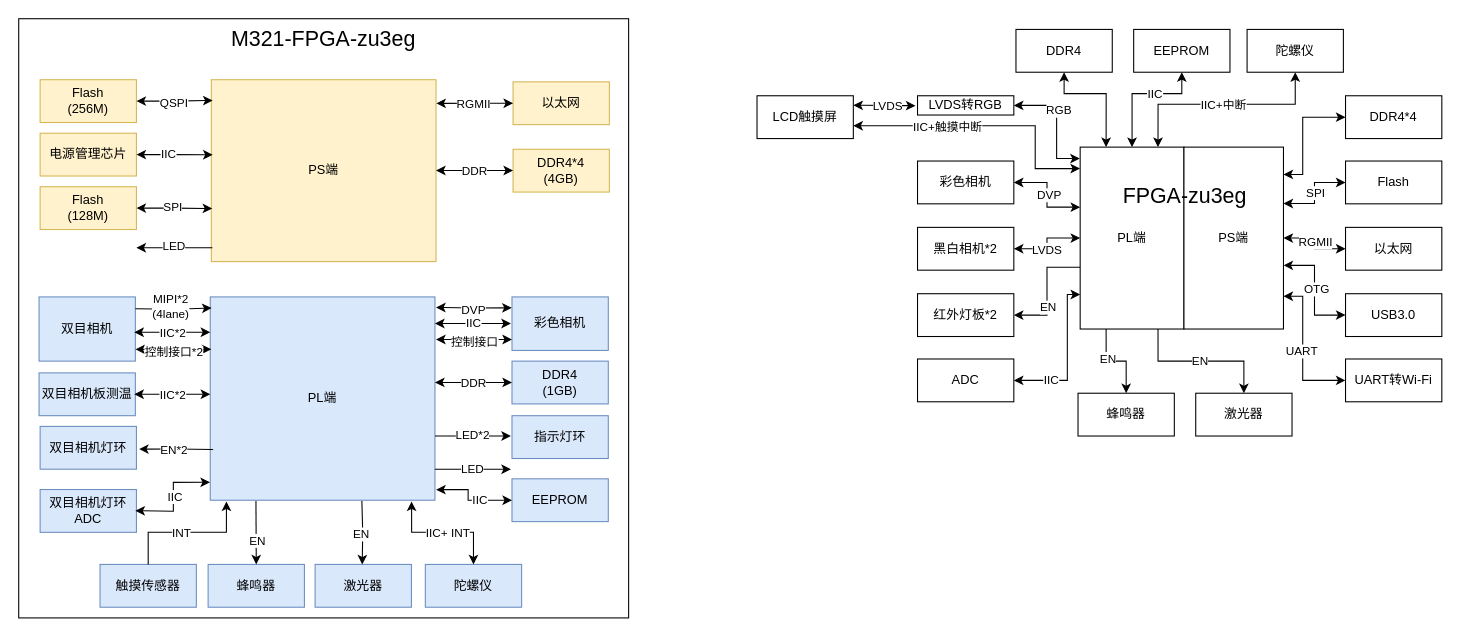
Above: page "ame-光学定位仪" (7 of 7) of 框图.drawio in hjh0920/flow_chart (draw.io), before the change. Source tidied: cells renumbered, new cells numbered last; positions are measured from the earlier drawing's top-left corner, leaving out a move shared by most shapes. Both pictures are drawn from the tidied source at 107%, with x=0, y=0 at pixel (18, 18).
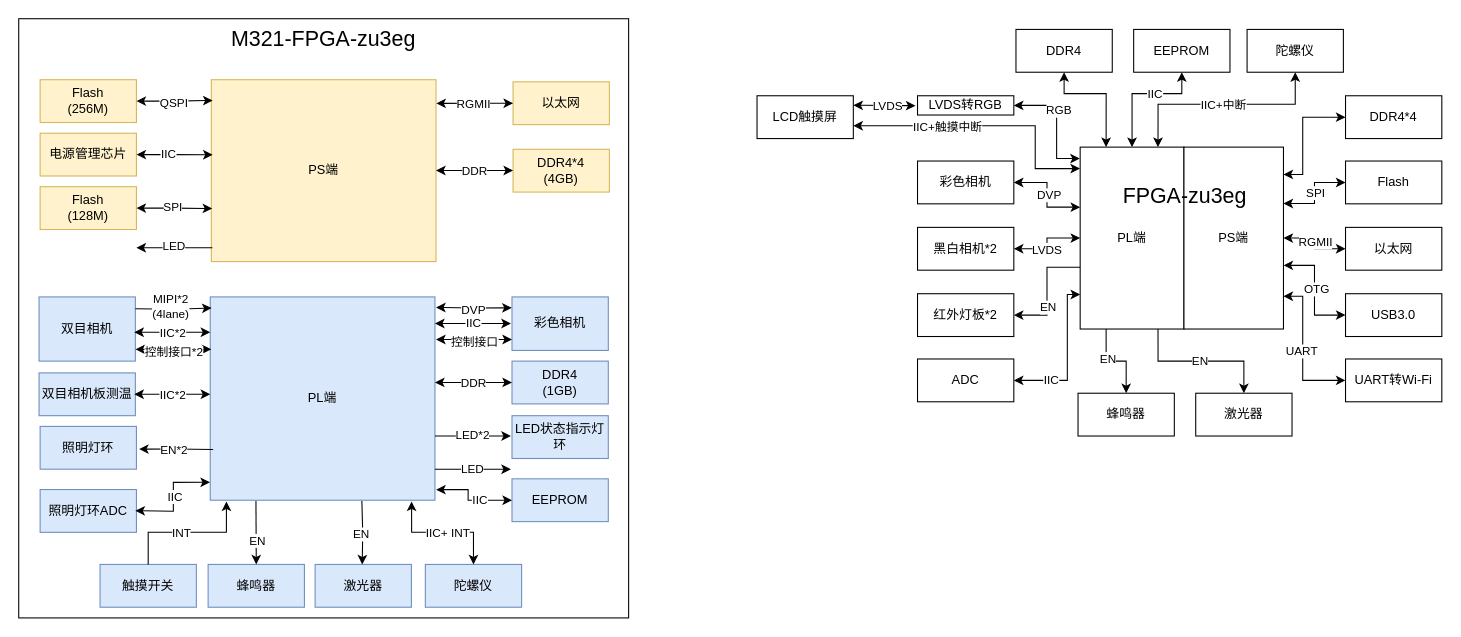
The same diagram, later.

Change to the diagram source:
```diff
@@
-    <mxCell id="94" value="触摸传感器" style="rounded=0;whiteSpace=wrap;html=1;fillColor=#dae8fc;strokeColor=#6c8ebf;" parent="1" vertex="1">
+    <mxCell id="94" value="触摸开关" style="rounded=0;whiteSpace=wrap;html=1;fillColor=#dae8fc;strokeColor=#6c8ebf;" parent="1" vertex="1">
       <mxGeometry x="76" y="510" width="90" height="40" as="geometry" />
     </mxCell>
@@
-    <mxCell id="103" value="双目相机灯环" style="rounded=0;whiteSpace=wrap;html=1;fillColor=#dae8fc;strokeColor=#6c8ebf;" parent="1" vertex="1">
+    <mxCell id="103" value="照明灯环" style="rounded=0;whiteSpace=wrap;html=1;fillColor=#dae8fc;strokeColor=#6c8ebf;" parent="1" vertex="1">
       <mxGeometry x="20" y="381" width="90" height="40" as="geometry" />
     </mxCell>
@@
-    <mxCell id="106" value="双目相机灯环ADC" style="rounded=0;whiteSpace=wrap;html=1;fillColor=#dae8fc;strokeColor=#6c8ebf;" parent="1" vertex="1">
+    <mxCell id="106" value="照明灯环ADC" style="rounded=0;whiteSpace=wrap;html=1;fillColor=#dae8fc;strokeColor=#6c8ebf;" parent="1" vertex="1">
       <mxGeometry x="20" y="440" width="90" height="40" as="geometry" />
     </mxCell>
@@
-    <mxCell id="113" value="指示灯环" style="rounded=0;whiteSpace=wrap;html=1;fillColor=#dae8fc;strokeColor=#6c8ebf;" parent="1" vertex="1">
+    <mxCell id="113" value="LED状态指示灯环" style="rounded=0;whiteSpace=wrap;html=1;fillColor=#dae8fc;strokeColor=#6c8ebf;" parent="1" vertex="1">
       <mxGeometry x="461" y="371" width="90" height="40" as="geometry" />
     </mxCell>
```
